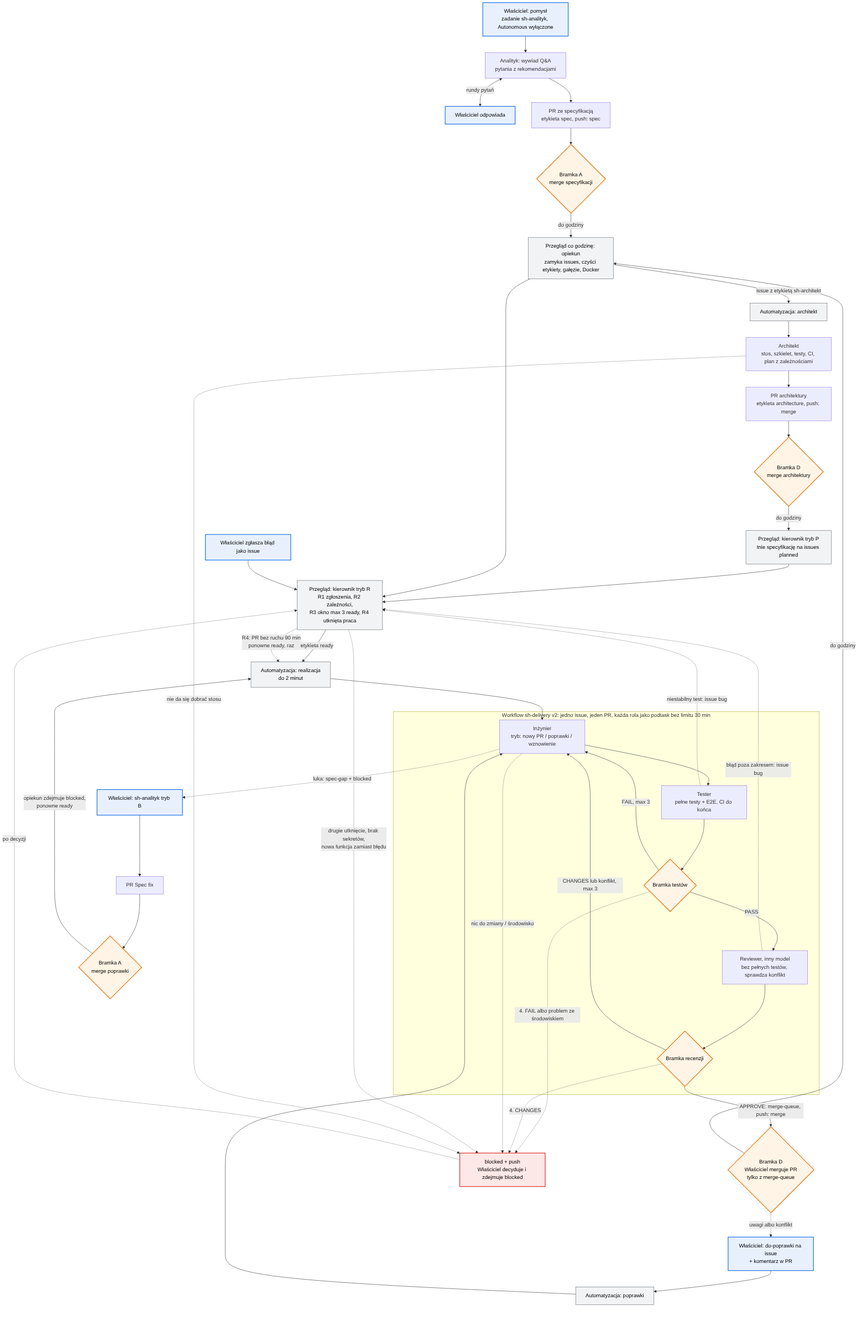
The Mermaid diagram docs/proces.png in cieyhomelab/sh-skills, before a commit. Its source is kept beside it as docs/proces.mmd.
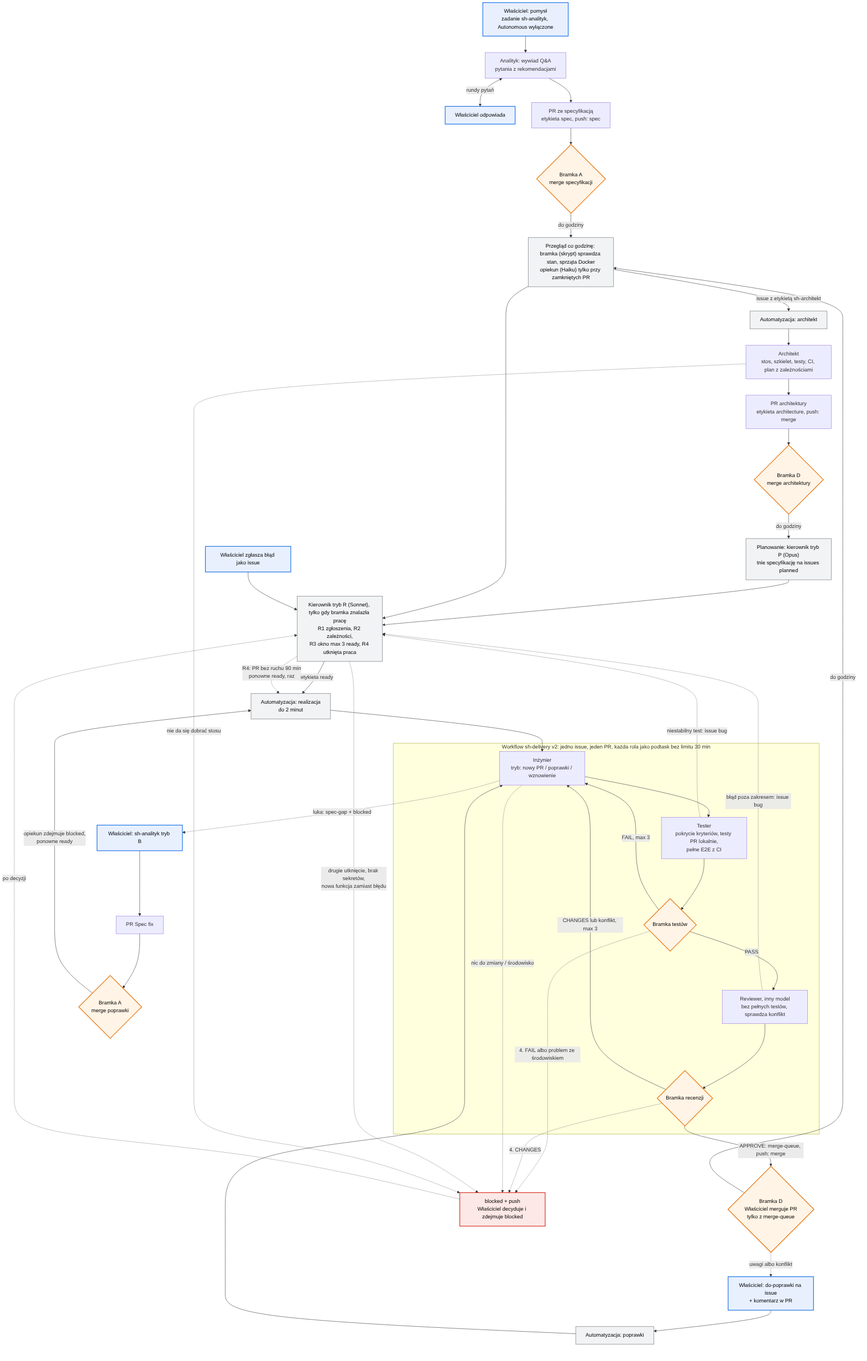
Later version of the same file.

Diff of the diagram source:
```diff
@@ -15,9 +15,9 @@
     AN <-->|rundy pytań| QA
     AN --> SPECPR --> GA
 
-    OP["Przegląd co godzinę: opiekun<br/>zamyka issues, czyści etykiety, gałęzie, Docker"]:::auto
-    KR["Przegląd: kierownik tryb R<br/>R1 zgłoszenia, R2 zależności,<br/>R3 okno max 3 ready, R4 utknięta praca"]:::auto
-    KP["Przegląd: kierownik tryb P<br/>tnie specyfikację na issues planned"]:::auto
+    OP["Przegląd co godzinę: bramka (skrypt) sprawdza stan, sprząta Docker<br/>opiekun (Haiku) tylko przy zamkniętych PR"]:::auto
+    KR["Kierownik tryb R (Sonnet), tylko gdy bramka znalazła pracę<br/>R1 zgłoszenia, R2 zależności,<br/>R3 okno max 3 ready, R4 utknięta praca"]:::auto
+    KP["Planowanie: kierownik tryb P (Opus)<br/>tnie specyfikację na issues planned"]:::auto
 
     GA -->|"do godziny"| OP
     OP -->|"issue z etykietą sh-architekt"| A1["Automatyzacja: architekt"]:::auto
@@ -30,7 +30,7 @@
 
     subgraph DELIVERY["Workflow sh-delivery v2: jedno issue, jeden PR, każda rola jako podtask bez limitu 30 min"]
         ING["Inżynier<br/>tryb: nowy PR / poprawki / wznowienie"]
-        TST["Tester<br/>pełne testy + E2E, CI do końca"]
+        TST["Tester<br/>pokrycie kryteriów, testy PR lokalnie,<br/>pełne E2E z CI"]
         TG{"Bramka testów"}:::gate
         REV["Reviewer, inny model<br/>bez pełnych testów, sprawdza konflikt"]
         RG{"Bramka recenzji"}:::gate
```
